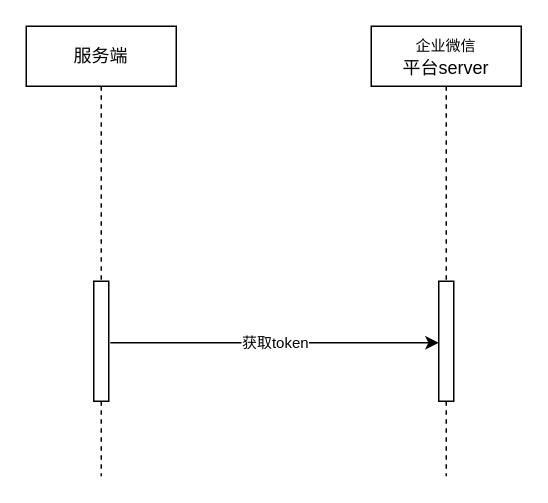
didengren/mind-map keeps this draw.io diagram as 企业微信接入流程.drawio. Above is the earlier version. Source tidied: cells renumbered, new cells numbered last; positions are measured from the earlier drawing's top-left corner, leaving out a move shared by most shapes. Both pictures are drawn from the tidied source at 150%, with x=0, y=0 at pixel (26, 26).
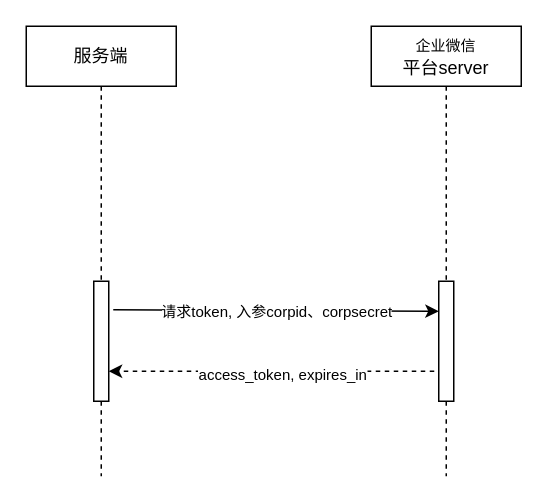
The same diagram, later.

Commit message:
更新企业微信接入流程.drawio

What changed in the source:
```diff
@@
 <mxGraphModel>
   <root>
     <mxCell id="0" />
     <mxCell id="1" parent="0" />
     <mxCell id="2" value="服务端" style="shape=umlLifeline;perimeter=lifelinePerimeter;whiteSpace=wrap;html=1;" parent="1" vertex="1">
       <mxGeometry width="100" height="300" as="geometry" />
     </mxCell>
     <mxCell id="3" style="html=1;points=[];perimeter=orthogonalPerimeter;" parent="1" vertex="1">
       <mxGeometry x="45" y="170" width="10" height="80" as="geometry" />
     </mxCell>
     <mxCell id="4" value="&lt;font style=&quot;font-size: 10px&quot;&gt;企业微信&lt;/font&gt;&lt;br&gt;平台server" style="shape=umlLifeline;perimeter=lifelinePerimeter;whiteSpace=wrap;html=1;" parent="1" vertex="1">
       <mxGeometry x="230" width="100" height="300" as="geometry" />
     </mxCell>
     <mxCell id="5" style="html=1;points=[];perimeter=orthogonalPerimeter;" parent="4" vertex="1">
       <mxGeometry x="45" y="170" width="10" height="80" as="geometry" />
     </mxCell>
-    <mxCell id="6" value="获取token" style="endArrow=classic;html=1;rounded=0;fontSize=10;exitX=1.1;exitY=0.513;exitDx=0;exitDy=0;exitPerimeter=0;" parent="1" edge="1" source="3">
+    <mxCell id="6" value="请求token, 入参corpid、corpsecret" style="endArrow=classic;html=1;rounded=0;fontSize=10;exitX=1.3;exitY=0.238;exitDx=0;exitDy=0;exitPerimeter=0;" parent="1" edge="1" source="3">
       <mxGeometry relative="1" as="geometry">
-        <mxPoint x="275" y="211" as="targetPoint" />
+        <mxPoint x="275" y="190" as="targetPoint" />
       </mxGeometry>
     </mxCell>
+    <mxCell id="7" style="endArrow=classic;html=1;rounded=0;fontSize=10;exitX=-0.3;exitY=0.75;exitDx=0;exitDy=0;exitPerimeter=0;dashed=1;" parent="1" edge="1" source="5">
+      <mxGeometry relative="1" as="geometry">
+        <mxPoint x="55" y="230" as="targetPoint" />
+      </mxGeometry>
+    </mxCell>
+    <mxCell id="8" value="access_token, expires_in" style="edgeLabel;html=1;align=center;verticalAlign=middle;fontSize=10;" parent="7" vertex="1">
+      <mxGeometry x="-0.06" y="1" relative="1" as="geometry" />
+    </mxCell>
   </root>
 </mxGraphModel>
```
